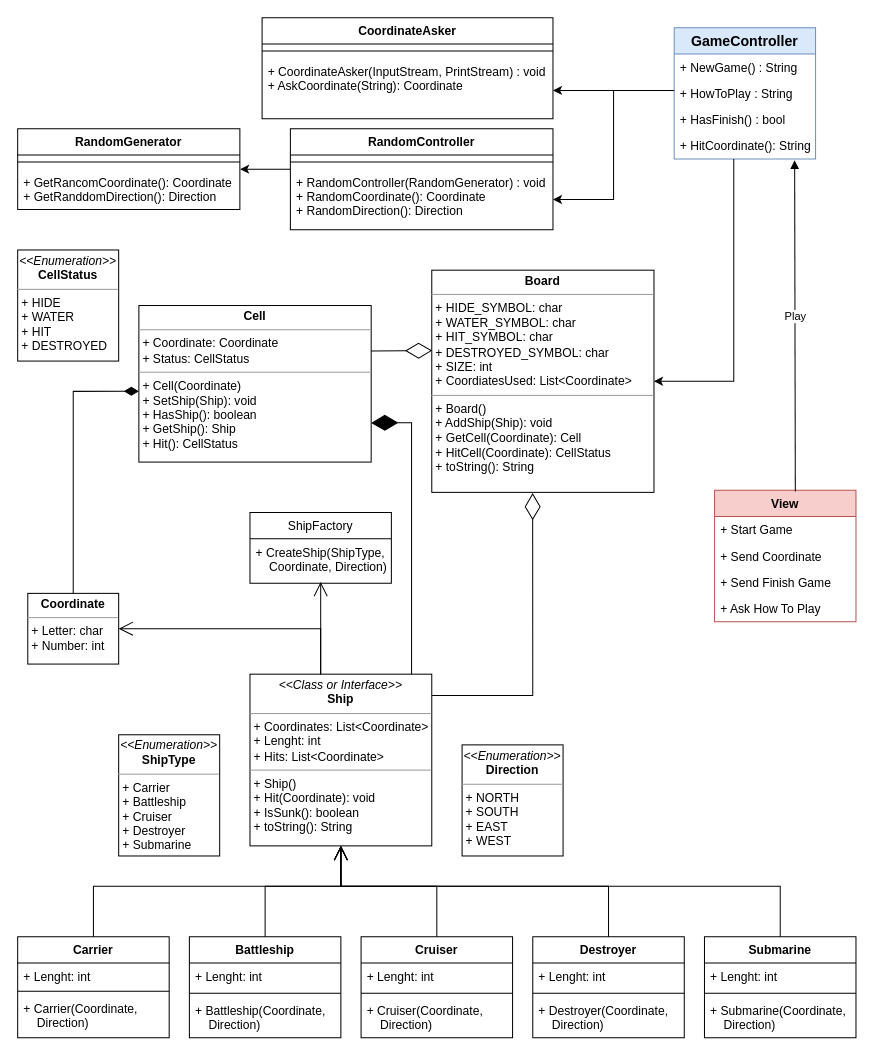
CesarSnake/Battleship keeps this draw.io diagram as UML.drawio. Above is the earlier version. Source tidied: cells renumbered, new cells numbered last; positions are measured from the earlier drawing's top-left corner, leaving out a move shared by most shapes. Both pictures are drawn from the tidied source at 101%, with x=0, y=0 at pixel (17, 17).
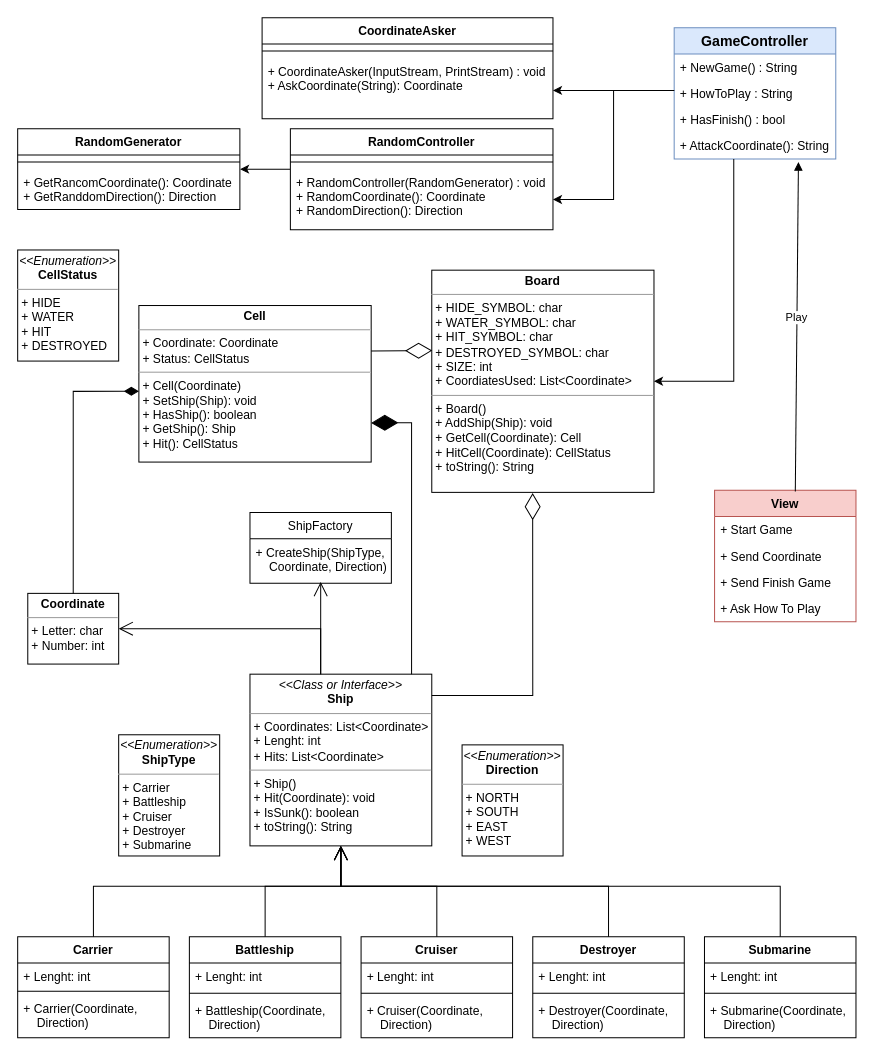
The same diagram, later.

Unchanged cells that the change refers to:
```xml
<mxCell id="60" value="View" style="swimlane;fontStyle=1;horizontal=1;startSize=26;fillColor=#f8cecc;strokeColor=#b85450;" parent="1" vertex="1">
  <mxGeometry x="690" y="468" width="140" height="130" as="geometry" />
</mxCell>
```

The edit, as a diff of the source:
```diff
@@
     <mxCell id="49" value="GameController" style="swimlane;fontStyle=1;horizontal=1;startSize=26;fillColor=#dae8fc;strokeColor=#6c8ebf;fontSize=14;" parent="1" vertex="1">
-      <mxGeometry x="650" y="10" width="140" height="130" as="geometry" />
+      <mxGeometry x="650" y="10" width="160" height="130" as="geometry" />
     </mxCell>
     <mxCell id="50" value="+ NewGame() : String&#10;" style="text;strokeColor=none;fillColor=none;align=left;verticalAlign=top;spacingLeft=4;spacingRight=4;overflow=hidden;" parent="49" vertex="1">
-      <mxGeometry y="26" width="140" height="26" as="geometry" />
+      <mxGeometry y="26" width="160" height="26" as="geometry" />
     </mxCell>
     <mxCell id="51" value="+ HowToPlay : String" style="text;strokeColor=none;fillColor=none;align=left;verticalAlign=top;spacingLeft=4;spacingRight=4;overflow=hidden;" parent="49" vertex="1">
-      <mxGeometry y="52" width="140" height="26" as="geometry" />
+      <mxGeometry y="52" width="160" height="26" as="geometry" />
     </mxCell>
     <mxCell id="52" value="+ HasFinish() : bool" style="text;strokeColor=none;fillColor=none;align=left;verticalAlign=top;spacingLeft=4;spacingRight=4;overflow=hidden;" parent="49" vertex="1">
-      <mxGeometry y="78" width="140" height="26" as="geometry" />
+      <mxGeometry y="78" width="160" height="26" as="geometry" />
     </mxCell>
-    <mxCell id="53" value="+ HitCoordinate(): String" style="text;strokeColor=none;fillColor=none;align=left;verticalAlign=top;spacingLeft=4;spacingRight=4;overflow=hidden;points=[[0,0.5],[1,0.5]];portConstraint=eastwest;" parent="49" vertex="1">
-      <mxGeometry y="104" width="140" height="26" as="geometry" />
+    <mxCell id="53" value="+ AttackCoordinate(): String" style="text;strokeColor=none;fillColor=none;align=left;verticalAlign=top;spacingLeft=4;spacingRight=4;overflow=hidden;points=[[0,0.5],[1,0.5]];portConstraint=eastwest;" parent="49" vertex="1">
+      <mxGeometry y="104" width="160" height="26" as="geometry" />
     </mxCell>
@@
-    <mxCell id="65" value="Play" style="html=1;verticalAlign=bottom;endArrow=block;rounded=0;entryX=0.852;entryY=1.045;entryDx=0;entryDy=0;entryPerimeter=0;exitX=0.571;exitY=0.009;exitDx=0;exitDy=0;exitPerimeter=0;" parent="1" edge="1" source="60" target="53">
+    <mxCell id="65" value="Play" style="html=1;verticalAlign=bottom;endArrow=block;rounded=0;entryX=0.769;entryY=1.111;entryDx=0;entryDy=0;entryPerimeter=0;exitX=0.571;exitY=0.009;exitDx=0;exitDy=0;exitPerimeter=0;" parent="1" edge="1" source="60" target="53">
       <mxGeometry relative="1" as="geometry" />
     </mxCell>
```
